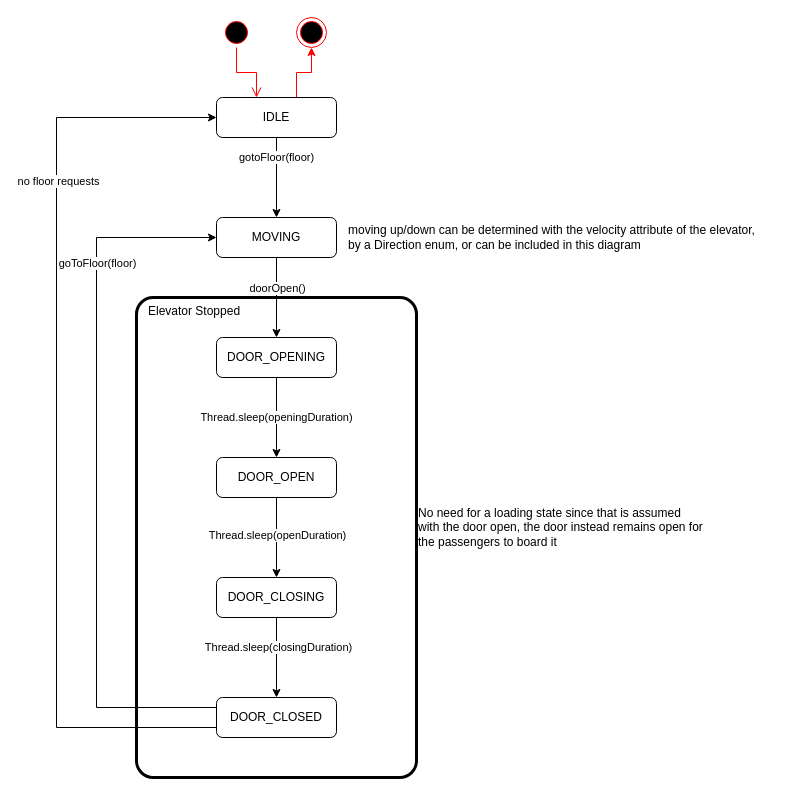
Before: page "elevator" (1 of 2) of docs/state-diagram/state-diagram.drawio in Nicerice96/3303---Elevator, a draw.io diagram. Source tidied: cells renumbered, new cells numbered last; positions are measured from the earlier drawing's top-left corner, leaving out a move shared by most shapes. Both pictures are drawn from the tidied source at 100%, with x=0, y=0 at pixel (56, 17).
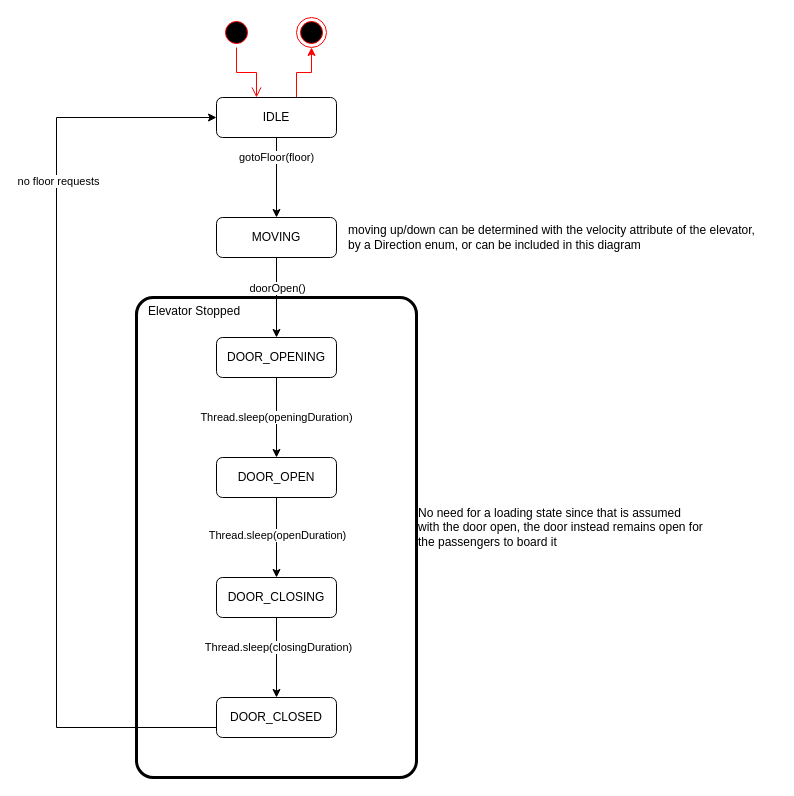
The same diagram, later.

Unchanged cells that the change refers to:
```xml
<mxCell id="16" value="MOVING" style="rounded=1;whiteSpace=wrap;html=1;" parent="1" vertex="1">
  <mxGeometry x="160" y="200" width="120" height="40" as="geometry" />
</mxCell>
<mxCell id="21" value="DOOR_CLOSED" style="rounded=1;whiteSpace=wrap;html=1;" parent="1" vertex="1">
  <mxGeometry x="160" y="680" width="120" height="40" as="geometry" />
</mxCell>
```

What changed in the source:
```diff
@@
-    <mxCell id="17" style="edgeStyle=orthogonalEdgeStyle;rounded=0;jettySize=auto;html=1;" parent="1" edge="1" source="21" target="16">
-      <mxGeometry relative="1" as="geometry">
-        <Array as="points">
-          <mxPoint x="40" y="690" />
-          <mxPoint x="40" y="220" />
-        </Array>
-      </mxGeometry>
-    </mxCell>
-    <mxCell id="18" value="goToFloor(floor)" style="edgeLabel;html=1;align=center;verticalAlign=middle;" parent="17" vertex="1">
-      <mxGeometry x="0.26" y="2" relative="1" as="geometry">
-        <mxPoint x="2" y="-118" as="offset" />
-      </mxGeometry>
-    </mxCell>
```
